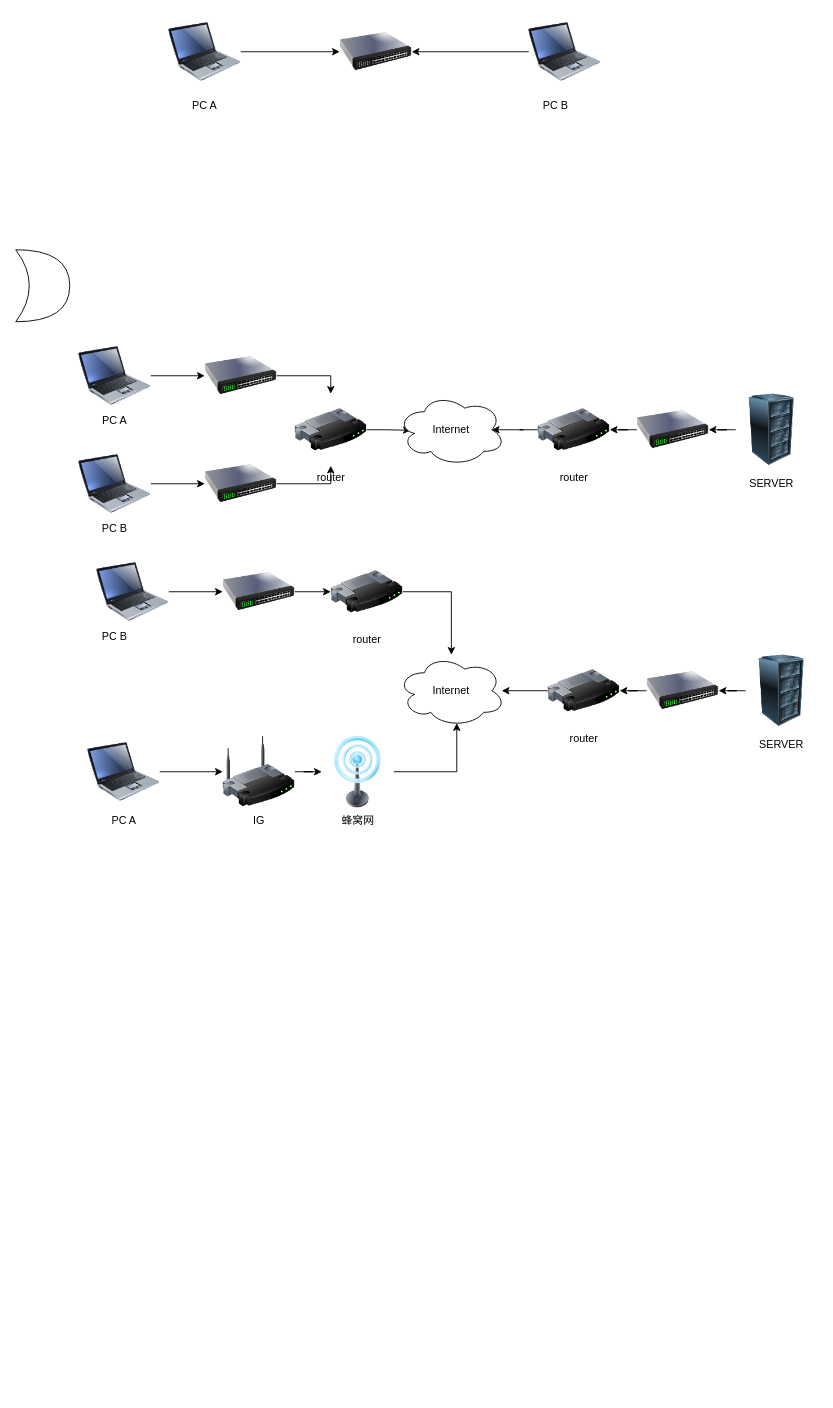
huhailong147/Test keeps this draw.io diagram as Untitled Diagram.drawio. Above is the earlier version. Source tidied: cells renumbered, new cells numbered last; positions are measured from the earlier drawing's top-left corner, leaving out a move shared by most shapes. Both pictures are drawn from the tidied source at 90%, with x=0, y=0 at pixel (15, 15).
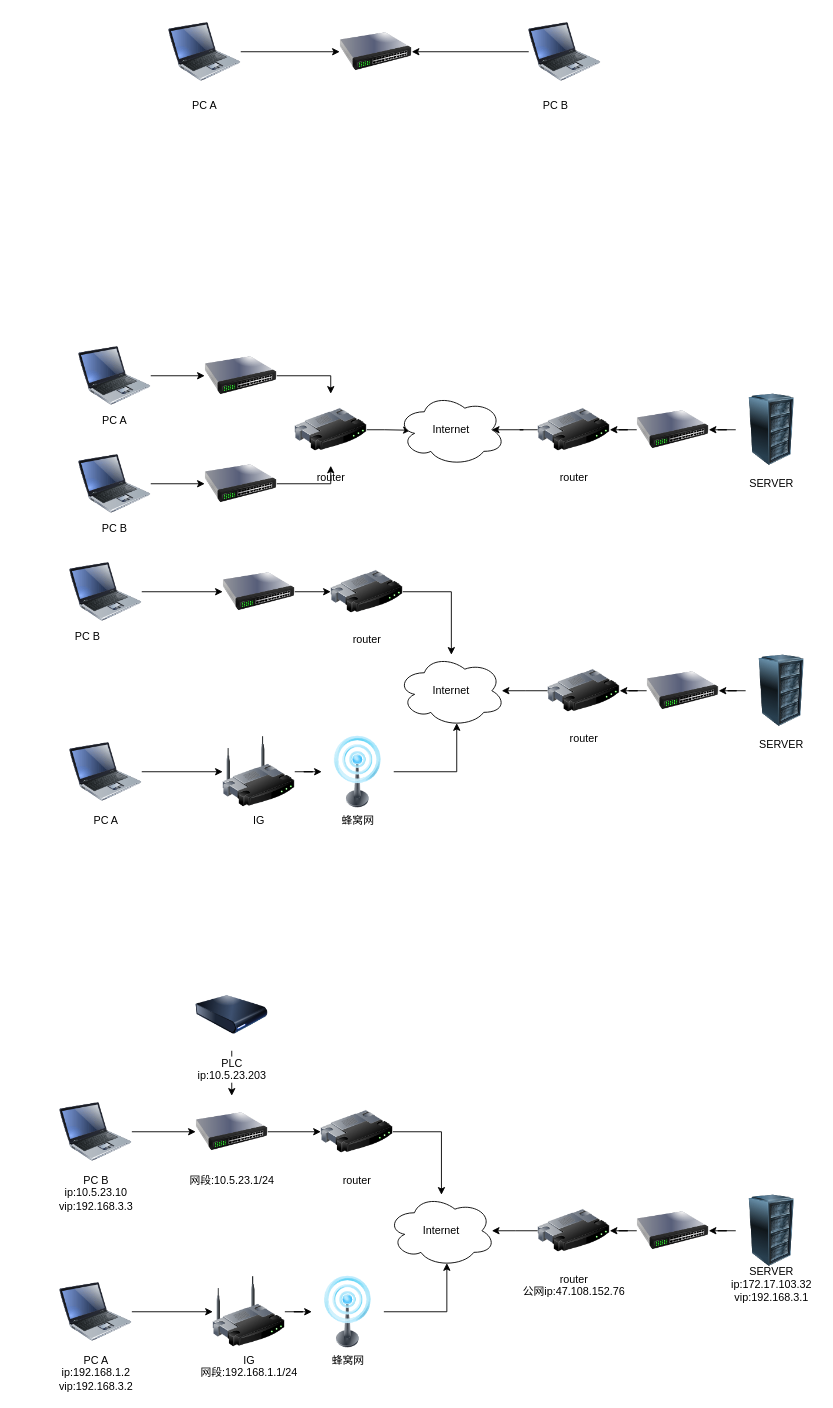
Above is the later version.

Commit message:
wireguard网络拓扑图.drawio

Diff of the diagram source:
```diff
@@
-    <mxCell id="29" style="shape=xor;whiteSpace=wrap;html=1;" parent="1" vertex="1">
-      <mxGeometry y="260" width="60" height="80" as="geometry" />
-    </mxCell>
@@
     <mxCell id="31" style="image;html=1;image=img/lib/clip_art/computers/Laptop_128x128.png;" parent="1" vertex="1">
-      <mxGeometry x="90" y="600" width="80" height="80" as="geometry" />
+      <mxGeometry x="60" y="600" width="80" height="80" as="geometry" />
     </mxCell>
@@
     <mxCell id="33" value="PC A" style="image;html=1;image=img/lib/clip_art/computers/Laptop_128x128.png;" parent="1" vertex="1">
-      <mxGeometry x="80" y="800" width="80" height="80" as="geometry" />
+      <mxGeometry x="60" y="800" width="80" height="80" as="geometry" />
     </mxCell>
@@
     <mxCell id="45" value="PC B" style="text;html=1;strokeColor=none;fillColor=none;align=center;verticalAlign=middle;whiteSpace=wrap;rounded=0;" parent="1" vertex="1">
-      <mxGeometry x="90" y="680" width="40" height="20" as="geometry" />
+      <mxGeometry x="60" y="680" width="40" height="20" as="geometry" />
     </mxCell>
@@
+    <mxCell id="51" style="edgeStyle=orthogonalEdgeStyle;rounded=0;jettySize=auto;html=1;" parent="1" edge="1" source="52" target="56">
+      <mxGeometry relative="1" as="geometry" />
+    </mxCell>
+    <mxCell id="52" value="PC B&lt;br&gt;ip:10.5.23.10&lt;br&gt;vip:192.168.3.3" style="image;html=1;image=img/lib/clip_art/computers/Laptop_128x128.png;" parent="1" vertex="1">
+      <mxGeometry x="49" y="1200" width="80" height="80" as="geometry" />
+    </mxCell>
+    <mxCell id="53" style="edgeStyle=orthogonalEdgeStyle;rounded=0;jettySize=auto;html=1;" parent="1" edge="1" source="54" target="68">
+      <mxGeometry relative="1" as="geometry" />
+    </mxCell>
+    <mxCell id="54" value="PC A&lt;br&gt;ip:192.168.1.2&lt;br&gt;vip:192.168.3.2" style="image;html=1;image=img/lib/clip_art/computers/Laptop_128x128.png;" parent="1" vertex="1">
+      <mxGeometry x="49" y="1400" width="80" height="80" as="geometry" />
+    </mxCell>
+    <mxCell id="55" style="edgeStyle=orthogonalEdgeStyle;rounded=0;jettySize=auto;html=1;" parent="1" edge="1" source="56" target="58">
+      <mxGeometry relative="1" as="geometry" />
+    </mxCell>
+    <mxCell id="56" value="网段:10.5.23.1/24" style="image;html=1;image=img/lib/clip_art/networking/Switch_128x128.png;" parent="1" vertex="1">
+      <mxGeometry x="200" y="1200" width="80" height="80" as="geometry" />
+    </mxCell>
+    <mxCell id="57" style="edgeStyle=orthogonalEdgeStyle;rounded=0;jettySize=auto;html=1;exitX=1;exitY=0.5;exitDx=0;exitDy=0;" parent="1" edge="1" source="58" target="61">
+      <mxGeometry relative="1" as="geometry" />
+    </mxCell>
+    <mxCell id="58" value="router" style="image;html=1;image=img/lib/clip_art/networking/Router_128x128.png;" parent="1" vertex="1">
+      <mxGeometry x="339" y="1200" width="80" height="80" as="geometry" />
+    </mxCell>
+    <mxCell id="59" style="edgeStyle=orthogonalEdgeStyle;rounded=0;jettySize=auto;html=1;" parent="1" edge="1" source="60" target="63">
+      <mxGeometry relative="1" as="geometry" />
+    </mxCell>
+    <mxCell id="60" style="image;html=1;image=img/lib/clip_art/computers/Server_Rack_128x128.png;" parent="1" vertex="1">
+      <mxGeometry x="800" y="1310" width="80" height="80" as="geometry" />
+    </mxCell>
+    <mxCell id="61" value="Internet" style="ellipse;shape=cloud;whiteSpace=wrap;html=1;" parent="1" vertex="1">
+      <mxGeometry x="413" y="1310" width="120" height="80" as="geometry" />
+    </mxCell>
+    <mxCell id="62" style="edgeStyle=orthogonalEdgeStyle;rounded=0;jettySize=auto;html=1;entryX=1;entryY=0.5;entryDx=0;entryDy=0;" parent="1" edge="1" source="63" target="65">
+      <mxGeometry relative="1" as="geometry" />
+    </mxCell>
+    <mxCell id="63" style="image;html=1;image=img/lib/clip_art/networking/Switch_128x128.png;" parent="1" vertex="1">
+      <mxGeometry x="690" y="1310" width="80" height="80" as="geometry" />
+    </mxCell>
+    <mxCell id="64" style="edgeStyle=orthogonalEdgeStyle;rounded=0;jettySize=auto;html=1;entryX=0.875;entryY=0.5;entryDx=0;entryDy=0;entryPerimeter=0;" parent="1" edge="1" source="65">
+      <mxGeometry relative="1" as="geometry">
+        <mxPoint x="529" y="1350" as="targetPoint" />
+      </mxGeometry>
+    </mxCell>
+    <mxCell id="65" value="router&lt;br&gt;公网ip:47.108.152.76" style="image;html=1;image=img/lib/clip_art/networking/Router_128x128.png;" parent="1" vertex="1">
+      <mxGeometry x="580" y="1310" width="80" height="80" as="geometry" />
+    </mxCell>
+    <mxCell id="66" value="SERVER&lt;br&gt;ip:172.17.103.32&lt;br&gt;vip:192.168.3.1" style="text;html=1;strokeColor=none;fillColor=none;align=center;verticalAlign=middle;whiteSpace=wrap;rounded=0;" parent="1" vertex="1">
+      <mxGeometry x="820" y="1400" width="40" height="20" as="geometry" />
+    </mxCell>
+    <mxCell id="67" style="edgeStyle=orthogonalEdgeStyle;rounded=0;jettySize=auto;html=1;" parent="1" edge="1" source="68" target="70">
+      <mxGeometry relative="1" as="geometry" />
+    </mxCell>
+    <mxCell id="68" value="IG&lt;br&gt;网段:192.168.1.1/24" style="image;html=1;image=img/lib/clip_art/networking/Wireless_Router_128x128.png;" parent="1" vertex="1">
+      <mxGeometry x="219" y="1400" width="80" height="80" as="geometry" />
+    </mxCell>
+    <mxCell id="69" style="edgeStyle=orthogonalEdgeStyle;rounded=0;jettySize=auto;html=1;entryX=0.55;entryY=0.95;entryDx=0;entryDy=0;entryPerimeter=0;" parent="1" edge="1" source="70" target="61">
+      <mxGeometry relative="1" as="geometry" />
+    </mxCell>
+    <mxCell id="70" value="蜂窝网" style="image;html=1;image=img/lib/clip_art/telecommunication/Signal_tower_on_128x128.png;" parent="1" vertex="1">
+      <mxGeometry x="329" y="1400" width="80" height="80" as="geometry" />
+    </mxCell>
+    <mxCell id="71" style="edgeStyle=orthogonalEdgeStyle;rounded=0;jettySize=auto;html=1;" parent="1" edge="1" source="72" target="56">
+      <mxGeometry relative="1" as="geometry" />
+    </mxCell>
+    <mxCell id="72" value="PLC&lt;br&gt;ip:10.5.23.203" style="image;html=1;image=img/lib/clip_art/computers/Harddrive_128x128.png;" parent="1" vertex="1">
+      <mxGeometry x="200" y="1070" width="80" height="80" as="geometry" />
+    </mxCell>
```
